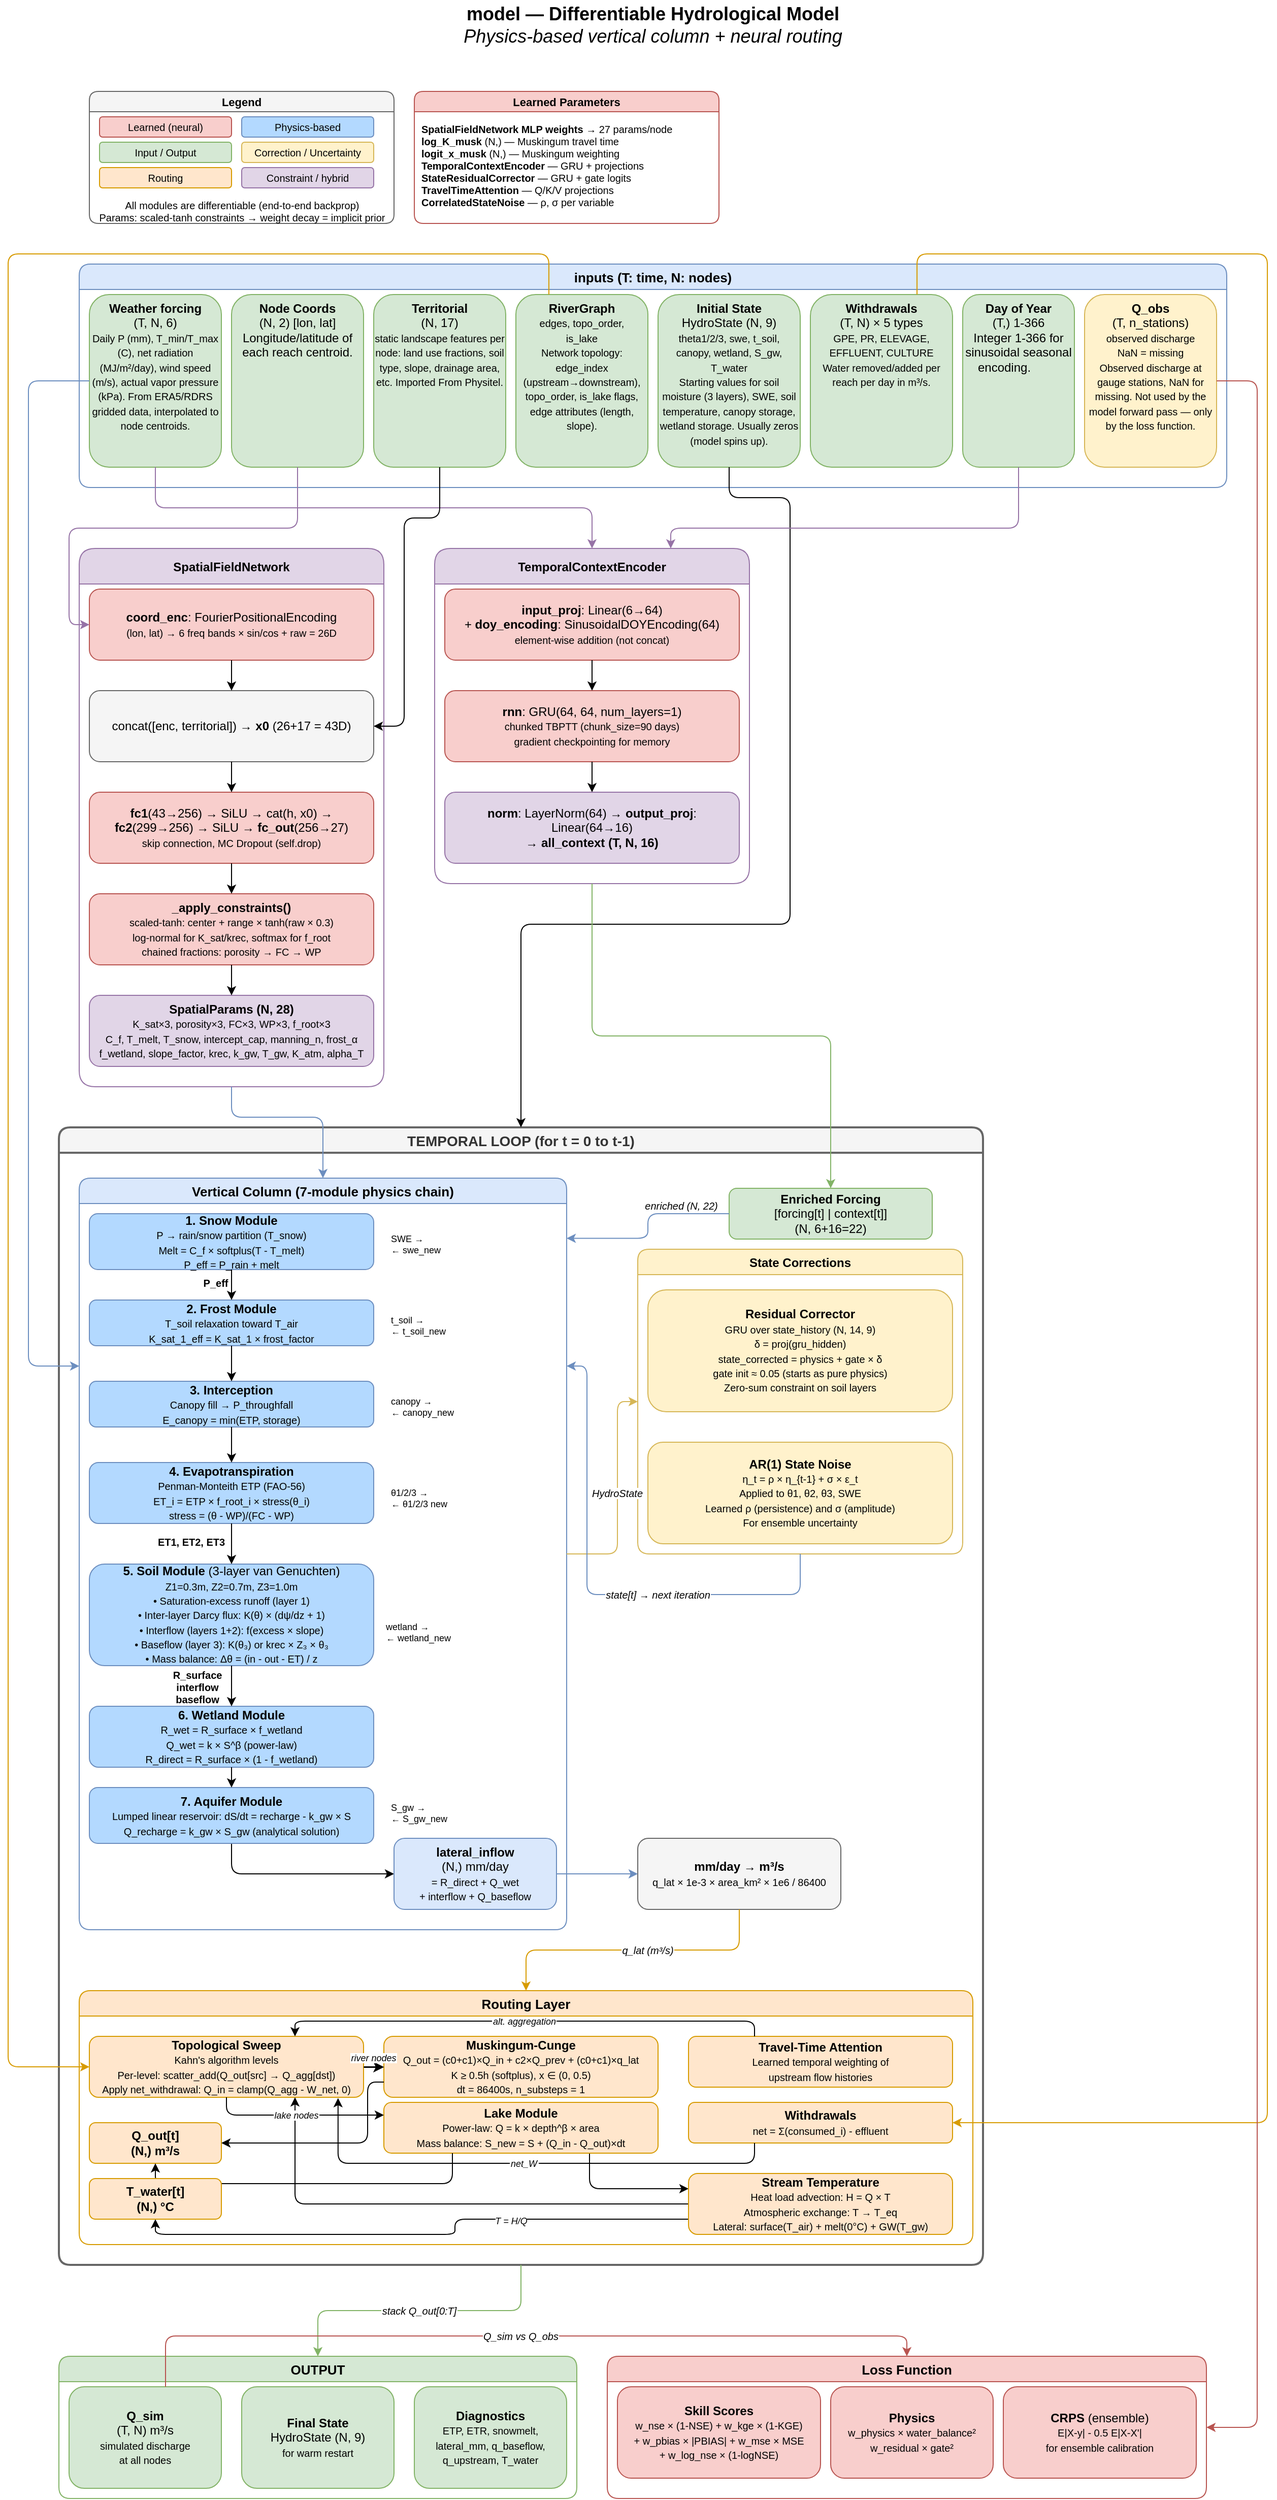
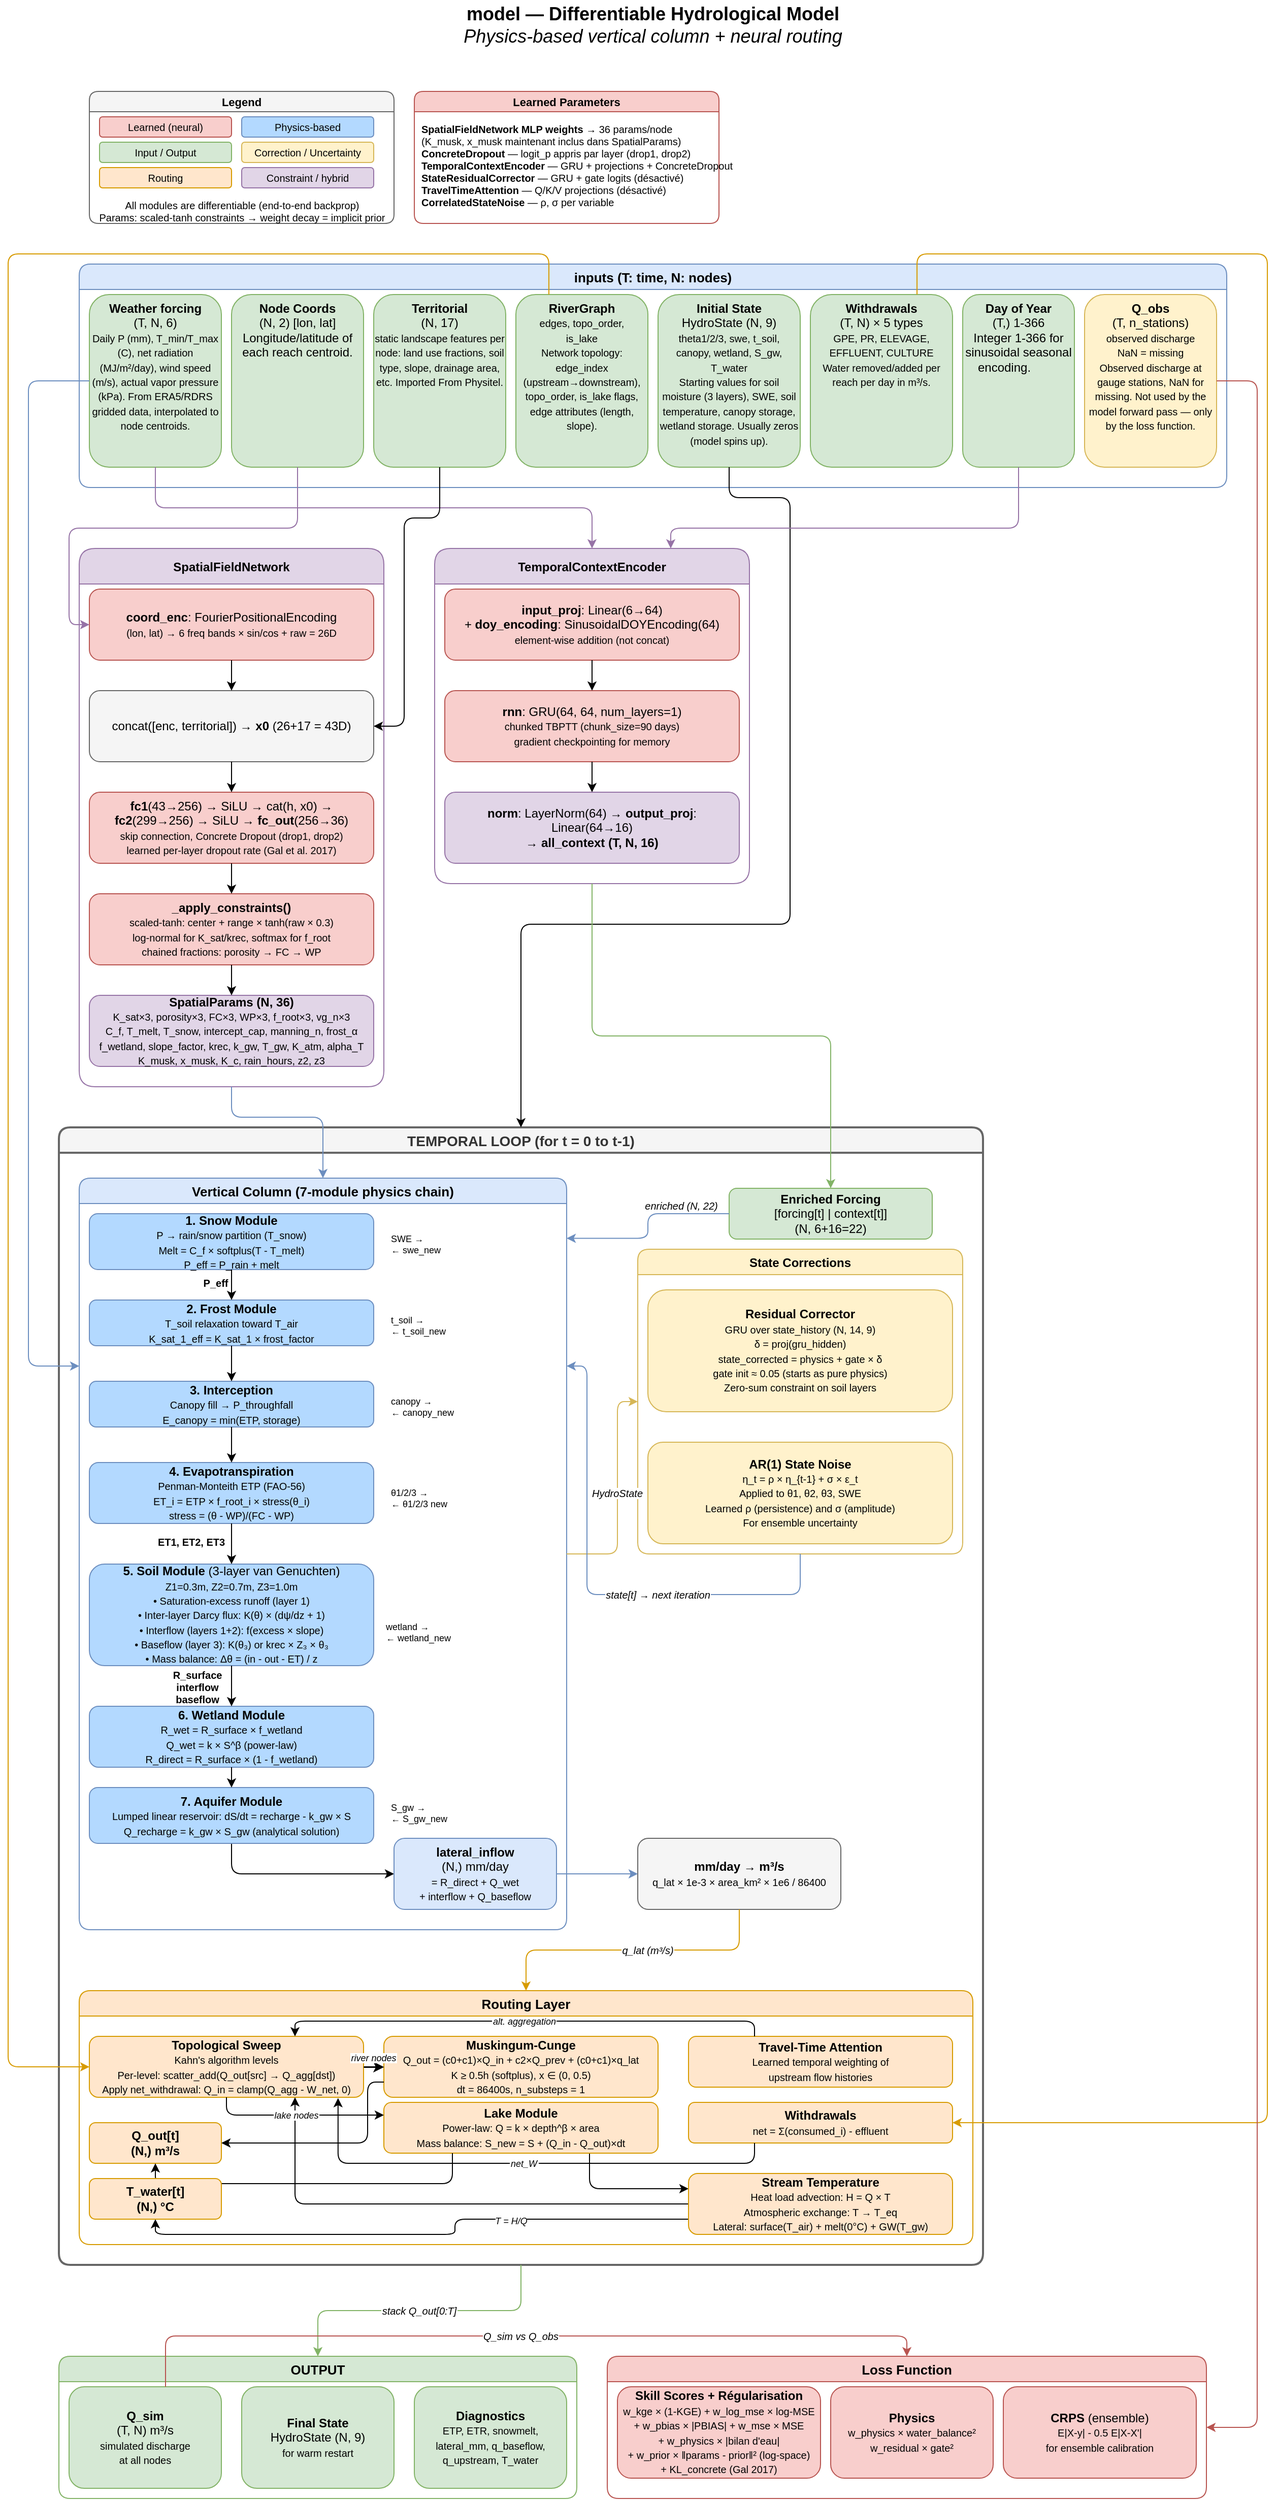
<mxfile host="Electron" agent="Mozilla/5.0 (Windows NT 10.0; Win64; x64) AppleWebKit/537.36 (KHTML, like Gecko) draw.io/24.4.13 Chrome/124.0.6367.207 Electron/30.0.6 Safari/537.36" modified="2026-03-18T14:20:23.398Z" version="24.4.13" etag="7R538Uy52WXj5OYSt-JN" type="device">
  <diagram name="HydroModel Architecture" id="model-arch">
    <mxGraphModel dx="1834" dy="1644" grid="0" gridSize="10" guides="1" tooltips="1" connect="1" arrows="1" fold="1" page="0" pageScale="1" pageWidth="3300" pageHeight="2400" math="0" shadow="0">
      <root>
        <mxCell id="0" />
        <mxCell id="1" parent="0" />
        <mxCell id="title" value="&lt;b&gt;model — Differentiable Hydrological Model&lt;/b&gt;&lt;br&gt;&lt;i&gt;Physics-based vertical column + neural routing&lt;/i&gt;" style="text;html=1;align=center;verticalAlign=middle;whiteSpace=wrap;fontSize=18;" parent="1" vertex="1">
          <mxGeometry x="315" y="-580" width="600" height="50" as="geometry" />
        </mxCell>
        <mxCell id="grp_inputs" value="inputs (T: time, N: nodes)" style="swimlane;startSize=25;fillColor=#dae8fc;strokeColor=#6c8ebf;rounded=1;fontSize=13;" parent="1" vertex="1">
          <mxGeometry x="50" y="-320" width="1130" height="220" as="geometry" />
        </mxCell>
        <mxCell id="in_forcing" value="&lt;b&gt;Weather forcing&lt;/b&gt;&lt;br&gt;(T, N, 6)&lt;br&gt;&lt;font size=&quot;1&quot;&gt;Daily P (mm), T_min/T_max (C), net radiation (MJ/m²/day), wind speed (m/s), actual vapor pressure (kPa). From ERA5/RDRS gridded data, interpolated to node centroids.&lt;/font&gt;" style="rounded=1;whiteSpace=wrap;html=1;fillColor=#d5e8d4;strokeColor=#82b366;verticalAlign=top;" parent="grp_inputs" vertex="1">
          <mxGeometry x="10" y="30" width="130" height="170" as="geometry" />
        </mxCell>
        <mxCell id="in_coords" value="&lt;b&gt;Node Coords&lt;/b&gt;&lt;br&gt;(N, 2) [lon, lat]&lt;br&gt;Longitude/latitude of each reach centroid." style="rounded=1;whiteSpace=wrap;html=1;fillColor=#d5e8d4;strokeColor=#82b366;verticalAlign=top;" parent="grp_inputs" vertex="1">
          <mxGeometry x="150" y="30" width="130" height="170" as="geometry" />
        </mxCell>
        <mxCell id="in_terr" value="&lt;b&gt;Territorial&lt;/b&gt;&lt;br&gt;(N, 17)&lt;br&gt;&lt;font size=&quot;1&quot;&gt;static landscape features&amp;nbsp;&lt;/font&gt;&lt;span style=&quot;font-size: x-small; background-color: transparent; color: light-dark(rgb(0, 0, 0), rgb(255, 255, 255));&quot;&gt;per node: land use fractions, soil type, slope, drainage area, etc. Imported From Physitel.&lt;/span&gt;" style="rounded=1;whiteSpace=wrap;html=1;fillColor=#d5e8d4;strokeColor=#82b366;verticalAlign=top;" parent="grp_inputs" vertex="1">
          <mxGeometry x="290" y="30" width="130" height="170" as="geometry" />
        </mxCell>
        <mxCell id="in_graph" value="&lt;b&gt;RiverGraph&lt;/b&gt;&lt;br&gt;&lt;font size=&quot;1&quot;&gt;edges, topo_order,&lt;br&gt;is_lake&lt;br&gt;Network topology: edge_index (upstream→downstream), topo_order, is_lake flags, edge attributes (length, slope).&lt;/font&gt;" style="rounded=1;whiteSpace=wrap;html=1;fillColor=#d5e8d4;strokeColor=#82b366;verticalAlign=top;" parent="grp_inputs" vertex="1">
          <mxGeometry x="430" y="30" width="130" height="170" as="geometry" />
        </mxCell>
        <mxCell id="in_state" value="&lt;b&gt;Initial State&lt;/b&gt;&lt;br&gt;HydroState (N, 9)&lt;br&gt;&lt;font size=&quot;1&quot;&gt;theta1/2/3, swe, t_soil,&lt;br&gt;canopy, wetland, S_gw, T_water&lt;br&gt;Starting values for soil moisture (3 layers), SWE, soil temperature, canopy storage, wetland storage. Usually zeros (model spins up).&lt;/font&gt;" style="rounded=1;whiteSpace=wrap;html=1;fillColor=#d5e8d4;strokeColor=#82b366;verticalAlign=top;" parent="grp_inputs" vertex="1">
          <mxGeometry x="570" y="30" width="140" height="170" as="geometry" />
        </mxCell>
        <mxCell id="in_withdraw" value="&lt;b&gt;Withdrawals&lt;/b&gt;&lt;br&gt;(T, N) × 5 types&lt;br&gt;&lt;font size=&quot;1&quot;&gt;GPE, PR, ELEVAGE,&lt;br&gt;EFFLUENT, CULTURE&lt;br&gt;Water removed/added per reach per day in m³/s.&lt;/font&gt;" style="rounded=1;whiteSpace=wrap;html=1;fillColor=#d5e8d4;strokeColor=#82b366;verticalAlign=top;" parent="grp_inputs" vertex="1">
          <mxGeometry x="720" y="30" width="140" height="170" as="geometry" />
        </mxCell>
        <mxCell id="in_doy" value="&lt;b&gt;Day of Year&lt;/b&gt;&lt;br&gt;(T,) 1-366&lt;br&gt;Integer 1-366 for sinusoidal seasonal encoding.&lt;span style=&quot;white-space:pre&quot;&gt;&#x9;&lt;/span&gt;" style="rounded=1;whiteSpace=wrap;html=1;fillColor=#d5e8d4;strokeColor=#82b366;verticalAlign=top;" parent="grp_inputs" vertex="1">
          <mxGeometry x="870" y="30" width="110" height="170" as="geometry" />
        </mxCell>
        <mxCell id="in_qobs" value="&lt;b&gt;Q_obs&lt;/b&gt;&lt;br&gt;(T, n_stations)&lt;br&gt;&lt;font size=&quot;1&quot;&gt;observed discharge&lt;br&gt;NaN = missing&lt;br&gt;Observed discharge at gauge stations, NaN for missing. Not used by the model forward pass — only by the loss function.&lt;/font&gt;" style="rounded=1;whiteSpace=wrap;html=1;fillColor=#fff2cc;strokeColor=#d6b656;verticalAlign=top;" parent="grp_inputs" vertex="1">
          <mxGeometry x="990" y="30" width="130" height="170" as="geometry" />
        </mxCell>
        <mxCell id="grp_spatial" value="SpatialFieldNetwork" style="swimlane;startSize=35;fillColor=#e1d5e7;strokeColor=#9673a6;rounded=1;fontSize=12;" parent="1" vertex="1">
          <mxGeometry x="50" y="-40" width="300" height="530" as="geometry" />
        </mxCell>
        <mxCell id="sp_fourier" value="&lt;b&gt;coord_enc&lt;/b&gt;: FourierPositionalEncoding&lt;br&gt;&lt;font size=&quot;1&quot;&gt;(lon, lat) → 6 freq bands × sin/cos + raw = 26D&lt;/font&gt;" style="rounded=1;whiteSpace=wrap;html=1;fillColor=#f8cecc;strokeColor=#b85450;" parent="grp_spatial" vertex="1">
          <mxGeometry x="10" y="40" width="280" height="70" as="geometry" />
        </mxCell>
        <mxCell id="sp_concat" value="concat([enc, territorial]) → &lt;b&gt;x0&lt;/b&gt; (26+17 = 43D)" style="rounded=1;whiteSpace=wrap;html=1;fillColor=#f5f5f5;strokeColor=#666666;" parent="grp_spatial" vertex="1">
          <mxGeometry x="10" y="140" width="280" height="70" as="geometry" />
        </mxCell>
-         <mxCell id="sp_output" value="&lt;b&gt;SpatialParams (N, 28)&lt;/b&gt;&lt;br&gt;&lt;font size=&quot;1&quot;&gt;K_sat×3, porosity×3, FC×3, WP×3, f_root×3&lt;br&gt;C_f, T_melt, T_snow, intercept_cap, manning_n, frost_α&lt;br&gt;f_wetland, slope_factor, krec, k_gw, T_gw, K_atm, alpha_T&lt;/font&gt;" style="rounded=1;whiteSpace=wrap;html=1;fillColor=#e1d5e7;strokeColor=#9673a6;fontStyle=0;" parent="grp_spatial" vertex="1">
+         <mxCell id="sp_output" value="&lt;b&gt;SpatialParams (N, 36)&lt;/b&gt;&lt;br&gt;&lt;font size=&quot;1&quot;&gt;K_sat×3, porosity×3, FC×3, WP×3, f_root×3, vg_n×3&lt;br&gt;C_f, T_melt, T_snow, intercept_cap, manning_n, frost_α&lt;br&gt;f_wetland, slope_factor, krec, k_gw, T_gw, K_atm, alpha_T&lt;br&gt;K_musk, x_musk, K_c, rain_hours, z2, z3&lt;/font&gt;" style="rounded=1;whiteSpace=wrap;html=1;fillColor=#e1d5e7;strokeColor=#9673a6;fontStyle=0;" parent="grp_spatial" vertex="1">
          <mxGeometry x="10" y="440" width="280" height="70" as="geometry" />
        </mxCell>
        <mxCell id="sp_constraints" value="&lt;b&gt;_apply_constraints()&lt;/b&gt;&lt;br&gt;&lt;font size=&quot;1&quot;&gt;scaled-tanh: center + range × tanh(raw × 0.3)&lt;br&gt;log-normal for K_sat/krec, softmax for f_root&lt;br&gt;chained fractions: porosity → FC → WP&lt;/font&gt;" style="rounded=1;whiteSpace=wrap;html=1;fillColor=#f8cecc;strokeColor=#b85450;" parent="grp_spatial" vertex="1">
          <mxGeometry x="10" y="340" width="280" height="70" as="geometry" />
        </mxCell>
-         <mxCell id="sp_mlp" value="&lt;b&gt;fc1&lt;/b&gt;(43→256) → SiLU → cat(h, x0) →&lt;br&gt;&lt;b&gt;fc2&lt;/b&gt;(299→256) → SiLU → &lt;b&gt;fc_out&lt;/b&gt;(256→27)&lt;br&gt;&lt;font size=&quot;1&quot;&gt;skip connection, MC Dropout (self.drop)&lt;/font&gt;" style="rounded=1;whiteSpace=wrap;html=1;fillColor=#f8cecc;strokeColor=#b85450;" parent="grp_spatial" vertex="1">
+         <mxCell id="sp_mlp" value="&lt;b&gt;fc1&lt;/b&gt;(43→256) → SiLU → cat(h, x0) →&lt;br&gt;&lt;b&gt;fc2&lt;/b&gt;(299→256) → SiLU → &lt;b&gt;fc_out&lt;/b&gt;(256→36)&lt;br&gt;&lt;font size=&quot;1&quot;&gt;skip connection, Concrete Dropout (drop1, drop2)&lt;br&gt;learned per-layer dropout rate (Gal et al. 2017)&lt;/font&gt;" style="rounded=1;whiteSpace=wrap;html=1;fillColor=#f8cecc;strokeColor=#b85450;" parent="grp_spatial" vertex="1">
          <mxGeometry x="10" y="240" width="280" height="70" as="geometry" />
        </mxCell>
        <mxCell id="spa1" style="edgeStyle=orthogonalEdgeStyle;strokeWidth=1;" parent="grp_spatial" source="sp_fourier" target="sp_concat" edge="1">
          <mxGeometry relative="1" as="geometry" />
        </mxCell>
        <mxCell id="spa2" style="edgeStyle=orthogonalEdgeStyle;strokeWidth=1;" parent="grp_spatial" source="sp_concat" target="sp_mlp" edge="1">
          <mxGeometry relative="1" as="geometry" />
        </mxCell>
        <mxCell id="spa3" style="edgeStyle=orthogonalEdgeStyle;strokeWidth=1;" parent="grp_spatial" source="sp_mlp" target="sp_constraints" edge="1">
          <mxGeometry relative="1" as="geometry" />
        </mxCell>
        <mxCell id="spa4" style="edgeStyle=orthogonalEdgeStyle;strokeWidth=1;" parent="grp_spatial" source="sp_constraints" target="sp_output" edge="1">
          <mxGeometry relative="1" as="geometry" />
        </mxCell>
        <mxCell id="grp_tce" value="TemporalContextEncoder" style="swimlane;startSize=35;fillColor=#e1d5e7;strokeColor=#9673a6;rounded=1;fontSize=12;" parent="1" vertex="1">
          <mxGeometry x="400" y="-40" width="310" height="330" as="geometry" />
        </mxCell>
        <mxCell id="tce_proj" value="&lt;b&gt;input_proj&lt;/b&gt;: Linear(6→64)&lt;br&gt;+ &lt;b&gt;doy_encoding&lt;/b&gt;: SinusoidalDOYEncoding(64)&lt;br&gt;&lt;font size=&quot;1&quot;&gt;element-wise addition (not concat)&lt;/font&gt;" style="rounded=1;whiteSpace=wrap;html=1;fillColor=#f8cecc;strokeColor=#b85450;" parent="grp_tce" vertex="1">
          <mxGeometry x="10" y="40" width="290" height="70" as="geometry" />
        </mxCell>
        <mxCell id="tce_gru" value="&lt;b&gt;rnn&lt;/b&gt;: GRU(64, 64, num_layers=1)&lt;br&gt;&lt;font size=&quot;1&quot;&gt;chunked TBPTT (chunk_size=90 days)&lt;br&gt;gradient checkpointing for memory&lt;/font&gt;" style="rounded=1;whiteSpace=wrap;html=1;fillColor=#f8cecc;strokeColor=#b85450;" parent="grp_tce" vertex="1">
          <mxGeometry x="10" y="140" width="290" height="70" as="geometry" />
        </mxCell>
        <mxCell id="tce_out" value="&lt;b&gt;norm&lt;/b&gt;: LayerNorm(64) → &lt;b&gt;output_proj&lt;/b&gt;: Linear(64→16)&lt;br&gt;→ &lt;b&gt;all_context (T, N, 16)&lt;/b&gt;" style="rounded=1;whiteSpace=wrap;html=1;fillColor=#e1d5e7;strokeColor=#9673a6;" parent="grp_tce" vertex="1">
          <mxGeometry x="10" y="240" width="290" height="70" as="geometry" />
        </mxCell>
        <mxCell id="tca1" style="edgeStyle=orthogonalEdgeStyle;strokeWidth=1;" parent="grp_tce" source="tce_proj" target="tce_gru" edge="1">
          <mxGeometry relative="1" as="geometry" />
        </mxCell>
        <mxCell id="tca2" style="edgeStyle=orthogonalEdgeStyle;strokeWidth=1;" parent="grp_tce" source="tce_gru" target="tce_out" edge="1">
          <mxGeometry relative="1" as="geometry" />
        </mxCell>
        <mxCell id="grp_temporal" value="TEMPORAL LOOP (for t = 0 to t-1)" style="swimlane;startSize=25;fillColor=#f5f5f5;strokeColor=#666666;strokeWidth=2;rounded=1;fontSize=14;fontColor=#333333;" parent="1" vertex="1">
          <mxGeometry x="30" y="530" width="910" height="1120" as="geometry" />
        </mxCell>
        <mxCell id="enrich" value="&lt;b&gt;Enriched Forcing&lt;/b&gt;&lt;br&gt;[forcing[t] | context[t]]&lt;br&gt;(N, 6+16=22)" style="rounded=1;whiteSpace=wrap;html=1;fillColor=#d5e8d4;strokeColor=#82b366;" parent="grp_temporal" vertex="1">
          <mxGeometry x="660" y="60" width="200" height="50" as="geometry" />
        </mxCell>
        <mxCell id="grp_vertical" value="Vertical Column (7-module physics chain)" style="swimlane;startSize=25;fillColor=#dae8fc;strokeColor=#6c8ebf;rounded=1;fontSize=13;" parent="grp_temporal" vertex="1">
          <mxGeometry x="20" y="50" width="480" height="740" as="geometry" />
        </mxCell>
        <mxCell id="v_snow" value="&lt;b&gt;1. Snow Module&lt;/b&gt;&lt;br&gt;&lt;font size=&quot;1&quot;&gt;P → rain/snow partition (T_snow)&lt;br&gt;Melt = C_f × softplus(T - T_melt)&lt;br&gt;P_eff = P_rain + melt&lt;/font&gt;" style="rounded=1;whiteSpace=wrap;html=1;fillColor=#b3d9ff;strokeColor=#6c8ebf;" parent="grp_vertical" vertex="1">
          <mxGeometry x="10" y="35" width="280" height="55" as="geometry" />
        </mxCell>
        <mxCell id="v_snow_io" value="SWE →&lt;br&gt;← swe_new" style="text;html=1;fontSize=9;align=left;" parent="grp_vertical" vertex="1">
          <mxGeometry x="305" y="47.5" width="80" height="30" as="geometry" />
        </mxCell>
        <mxCell id="v_snow_out" value="&lt;b&gt;P_eff&lt;/b&gt;" style="text;html=1;fontSize=10;fontStyle=1;align=center;verticalAlign=middle;" parent="grp_vertical" vertex="1">
          <mxGeometry x="104" y="95" width="60" height="15" as="geometry" />
        </mxCell>
        <mxCell id="v_frost" value="&lt;b&gt;2. Frost Module&lt;/b&gt;&lt;br&gt;&lt;font size=&quot;1&quot;&gt;T_soil relaxation toward T_air&lt;br&gt;K_sat_1_eff = K_sat_1 × frost_factor&lt;/font&gt;" style="rounded=1;whiteSpace=wrap;html=1;fillColor=#b3d9ff;strokeColor=#6c8ebf;" parent="grp_vertical" vertex="1">
          <mxGeometry x="10" y="120" width="280" height="45" as="geometry" />
        </mxCell>
        <mxCell id="v_frost_io" value="t_soil →&lt;br&gt;← t_soil_new" style="text;html=1;fontSize=9;align=left;" parent="grp_vertical" vertex="1">
          <mxGeometry x="305" y="127.5" width="80" height="30" as="geometry" />
        </mxCell>
        <mxCell id="v_intercept" value="&lt;b&gt;3. Interception&lt;/b&gt;&lt;br&gt;&lt;font size=&quot;1&quot;&gt;Canopy fill → P_throughfall&lt;br&gt;E_canopy = min(ETP, storage)&lt;/font&gt;" style="rounded=1;whiteSpace=wrap;html=1;fillColor=#b3d9ff;strokeColor=#6c8ebf;" parent="grp_vertical" vertex="1">
          <mxGeometry x="10" y="200" width="280" height="45" as="geometry" />
        </mxCell>
        <mxCell id="v_int_io" value="canopy →&lt;br&gt;← canopy_new" style="text;html=1;fontSize=9;align=left;" parent="grp_vertical" vertex="1">
          <mxGeometry x="305" y="207.5" width="90" height="30" as="geometry" />
        </mxCell>
        <mxCell id="v_et" value="&lt;b&gt;4. Evapotranspiration&lt;/b&gt;&lt;br&gt;&lt;font size=&quot;1&quot;&gt;Penman-Monteith ETP (FAO-56)&lt;br&gt;ET_i = ETP × f_root_i × stress(θ_i)&lt;br&gt;stress = (θ - WP)/(FC - WP)&lt;/font&gt;" style="rounded=1;whiteSpace=wrap;html=1;fillColor=#b3d9ff;strokeColor=#6c8ebf;" parent="grp_vertical" vertex="1">
          <mxGeometry x="10" y="280" width="280" height="60" as="geometry" />
        </mxCell>
        <mxCell id="v_et_out" value="&lt;b&gt;ET1, ET2, ET3&lt;/b&gt;" style="text;html=1;fontSize=10;fontStyle=1;align=center;verticalAlign=middle;" parent="grp_vertical" vertex="1">
          <mxGeometry x="60" y="350" width="100" height="15" as="geometry" />
        </mxCell>
        <mxCell id="v_soil" value="&lt;b&gt;5. Soil Module&lt;/b&gt; (3-layer van Genuchten)&lt;br&gt;&lt;font size=&quot;1&quot;&gt;Z1=0.3m, Z2=0.7m, Z3=1.0m&lt;br&gt;• Saturation-excess runoff (layer 1)&lt;br&gt;• Inter-layer Darcy flux: K(θ) × (dψ/dz + 1)&lt;br&gt;• Interflow (layers 1+2): f(excess × slope)&lt;br&gt;• Baseflow (layer 3): K(θ₃) or krec × Z₃ × θ₃&lt;br&gt;• Mass balance: Δθ = (in - out - ET) / z&lt;/font&gt;" style="rounded=1;whiteSpace=wrap;html=1;fillColor=#b3d9ff;strokeColor=#6c8ebf;" parent="grp_vertical" vertex="1">
          <mxGeometry x="10" y="380" width="280" height="100" as="geometry" />
        </mxCell>
        <mxCell id="v_soil_io" value="θ1/2/3 →&lt;br&gt;← θ1/2/3 new" style="text;html=1;fontSize=9;align=left;" parent="grp_vertical" vertex="1">
          <mxGeometry x="305" y="298" width="80" height="30" as="geometry" />
        </mxCell>
        <mxCell id="v_soil_out" value="&lt;b&gt;R_surface&lt;br&gt;interflow&lt;br&gt;baseflow&lt;/b&gt;" style="text;html=1;fontSize=10;fontStyle=1;align=center;" parent="grp_vertical" vertex="1">
          <mxGeometry x="76" y="477" width="80" height="40" as="geometry" />
        </mxCell>
        <mxCell id="v_wetland" value="&lt;b&gt;6. Wetland Module&lt;/b&gt;&lt;br&gt;&lt;font size=&quot;1&quot;&gt;R_wet = R_surface × f_wetland&lt;br&gt;Q_wet = k × S^β (power-law)&lt;br&gt;R_direct = R_surface × (1 - f_wetland)&lt;/font&gt;" style="rounded=1;whiteSpace=wrap;html=1;fillColor=#b3d9ff;strokeColor=#6c8ebf;" parent="grp_vertical" vertex="1">
          <mxGeometry x="10" y="520" width="280" height="60" as="geometry" />
        </mxCell>
        <mxCell id="v_wet_io" value="wetland →&lt;br&gt;← wetland_new" style="text;html=1;fontSize=9;align=left;" parent="grp_vertical" vertex="1">
          <mxGeometry x="300" y="430" width="90" height="30" as="geometry" />
        </mxCell>
        <mxCell id="FtdpPyqYreaSlpyzp5ir-1" style="edgeStyle=orthogonalEdgeStyle;rounded=1;orthogonalLoop=1;jettySize=auto;html=1;exitX=0.5;exitY=1;exitDx=0;exitDy=0;entryX=0;entryY=0.5;entryDx=0;entryDy=0;curved=0;" parent="grp_vertical" source="v_aquifer" target="v_wet_out" edge="1">
          <mxGeometry relative="1" as="geometry" />
        </mxCell>
        <mxCell id="v_aquifer" value="&lt;b&gt;7. Aquifer Module&lt;/b&gt;&lt;br&gt;&lt;font size=&quot;1&quot;&gt;Lumped linear reservoir: dS/dt = recharge - k_gw × S&lt;br&gt;Q_recharge = k_gw × S_gw (analytical solution)&lt;/font&gt;" style="rounded=1;whiteSpace=wrap;html=1;fillColor=#b3d9ff;strokeColor=#6c8ebf;" parent="grp_vertical" vertex="1">
          <mxGeometry x="10" y="600" width="280" height="55" as="geometry" />
        </mxCell>
        <mxCell id="v_aq_io" value="S_gw →&lt;br&gt;← S_gw_new" style="text;html=1;fontSize=9;align=left;" parent="grp_vertical" vertex="1">
          <mxGeometry x="305" y="608" width="80" height="30" as="geometry" />
        </mxCell>
        <mxCell id="va6" style="edgeStyle=orthogonalEdgeStyle;strokeWidth=1;" parent="grp_vertical" source="v_wetland" target="v_aquifer" edge="1">
          <mxGeometry relative="1" as="geometry" />
        </mxCell>
        <mxCell id="v_wet_out" value="&lt;b&gt;lateral_inflow&lt;/b&gt;&lt;br&gt;(N,) mm/day&lt;br&gt;&lt;font size=&quot;1&quot;&gt;= R_direct + Q_wet&lt;br&gt;+ interflow + Q_baseflow&lt;/font&gt;" style="rounded=1;whiteSpace=wrap;html=1;fillColor=#dae8fc;strokeColor=#6c8ebf;fontStyle=0;" parent="grp_vertical" vertex="1">
          <mxGeometry x="310" y="650" width="160" height="70" as="geometry" />
        </mxCell>
        <mxCell id="va1" style="edgeStyle=orthogonalEdgeStyle;strokeWidth=1;" parent="grp_vertical" source="v_snow" target="v_frost" edge="1">
          <mxGeometry relative="1" as="geometry" />
        </mxCell>
        <mxCell id="va2" style="edgeStyle=orthogonalEdgeStyle;strokeWidth=1;" parent="grp_vertical" source="v_frost" target="v_intercept" edge="1">
          <mxGeometry relative="1" as="geometry" />
        </mxCell>
        <mxCell id="va3" style="edgeStyle=orthogonalEdgeStyle;strokeWidth=1;" parent="grp_vertical" source="v_intercept" target="v_et" edge="1">
          <mxGeometry relative="1" as="geometry" />
        </mxCell>
        <mxCell id="va4" style="edgeStyle=orthogonalEdgeStyle;strokeWidth=1;" parent="grp_vertical" source="v_et" target="v_soil" edge="1">
          <mxGeometry relative="1" as="geometry" />
        </mxCell>
        <mxCell id="va5" style="edgeStyle=orthogonalEdgeStyle;strokeWidth=1;" parent="grp_vertical" source="v_soil" target="v_wetland" edge="1">
          <mxGeometry relative="1" as="geometry" />
        </mxCell>
        <mxCell id="grp_corrections" value="State Corrections" style="swimlane;startSize=25;fillColor=#fff2cc;strokeColor=#d6b656;rounded=1;fontSize=12;" parent="grp_temporal" vertex="1">
          <mxGeometry x="570" y="120" width="320" height="300" as="geometry" />
        </mxCell>
        <mxCell id="residual" value="&lt;b&gt;Residual Corrector&lt;/b&gt;&lt;br&gt;&lt;font size=&quot;1&quot;&gt;GRU over state_history (N, 14, 9)&lt;br&gt;δ = proj(gru_hidden)&lt;br&gt;state_corrected = physics + gate × δ&lt;br&gt;gate init ≈ 0.05 (starts as pure physics)&lt;br&gt;Zero-sum constraint on soil layers&lt;/font&gt;" style="rounded=1;whiteSpace=wrap;html=1;fillColor=#fff2cc;strokeColor=#d6b656;" parent="grp_corrections" vertex="1">
          <mxGeometry x="10" y="40" width="300" height="120" as="geometry" />
        </mxCell>
        <mxCell id="noise" value="&lt;b&gt;AR(1) State Noise&lt;/b&gt;&lt;br&gt;&lt;font size=&quot;1&quot;&gt;η_t = ρ × η_{t-1} + σ × ε_t&lt;br&gt;Applied to θ1, θ2, θ3, SWE&lt;br&gt;Learned ρ (persistence) and σ (amplitude)&lt;br&gt;For ensemble uncertainty&lt;/font&gt;" style="rounded=1;whiteSpace=wrap;html=1;fillColor=#fff2cc;strokeColor=#d6b656;" parent="grp_corrections" vertex="1">
          <mxGeometry x="10" y="190" width="300" height="100" as="geometry" />
        </mxCell>
        <mxCell id="arr_vc" value="HydroState" style="edgeStyle=orthogonalEdgeStyle;curved=0;strokeWidth=1;strokeColor=#d6b656;fontStyle=2;fontSize=10;rounded=1;fillColor=#fff2cc;" parent="grp_temporal" source="grp_vertical" target="grp_corrections" edge="1">
          <mxGeometry relative="1" as="geometry">
            <Array as="points">
              <mxPoint x="550" y="420" />
              <mxPoint x="550" y="270" />
            </Array>
          </mxGeometry>
        </mxCell>
        <mxCell id="convert" value="&lt;b&gt;mm/day → m³/s&lt;/b&gt;&lt;br&gt;&lt;font size=&quot;1&quot;&gt;q_lat × 1e-3 × area_km² × 1e6 / 86400&lt;/font&gt;" style="rounded=1;whiteSpace=wrap;html=1;fillColor=#f5f5f5;strokeColor=#666666;" parent="grp_temporal" vertex="1">
          <mxGeometry x="570" y="700" width="200" height="70" as="geometry" />
        </mxCell>
        <mxCell id="arr_lat_conv" style="edgeStyle=orthogonalEdgeStyle;curved=1;strokeWidth=1;strokeColor=#6c8ebf;" parent="grp_temporal" source="v_wet_out" target="convert" edge="1">
          <mxGeometry relative="1" as="geometry" />
        </mxCell>
        <mxCell id="grp_routing" value="Routing Layer" style="swimlane;startSize=25;fillColor=#ffe6cc;strokeColor=#d79b00;rounded=1;fontSize=13;" parent="grp_temporal" vertex="1">
          <mxGeometry x="20" y="850" width="880" height="250" as="geometry" />
        </mxCell>
        <mxCell id="r_topo" value="&lt;b&gt;Topological Sweep&lt;/b&gt;&lt;br&gt;&lt;font size=&quot;1&quot;&gt;Kahn&#39;s algorithm levels&lt;br&gt;Per-level: scatter_add(Q_out[src] → Q_agg[dst])&lt;br&gt;Apply net_withdrawal: Q_in = clamp(Q_agg - W_net, 0)&lt;/font&gt;" style="rounded=1;whiteSpace=wrap;html=1;fillColor=#ffe6cc;strokeColor=#d79b00;" parent="grp_routing" vertex="1">
          <mxGeometry x="10" y="45" width="270" height="60" as="geometry" />
        </mxCell>
        <mxCell id="r_musk" value="&lt;b&gt;Muskingum-Cunge&lt;/b&gt;&lt;br&gt;&lt;font size=&quot;1&quot;&gt;Q_out = (c0+c1)×Q_in + c2×Q_prev + (c0+c1)×q_lat&lt;br&gt;K ≥ 0.5h (softplus), x ∈ (0, 0.5)&lt;br&gt;dt = 86400s, n_substeps = 1&lt;/font&gt;" style="rounded=1;whiteSpace=wrap;html=1;fillColor=#ffe6cc;strokeColor=#d79b00;" parent="grp_routing" vertex="1">
          <mxGeometry x="300" y="45" width="270" height="60" as="geometry" />
        </mxCell>
        <mxCell id="7Cas0O6MVhgDN1_rKOWy-2" style="edgeStyle=orthogonalEdgeStyle;rounded=1;orthogonalLoop=1;jettySize=auto;html=1;exitX=0.75;exitY=1;exitDx=0;exitDy=0;entryX=0;entryY=0.25;entryDx=0;entryDy=0;curved=0;" edge="1" parent="grp_routing" source="r_lake" target="r_temp">
          <mxGeometry relative="1" as="geometry" />
        </mxCell>
        <mxCell id="r_lake" value="&lt;b&gt;Lake Module&lt;/b&gt;&lt;br&gt;&lt;font size=&quot;1&quot;&gt;Power-law: Q = k × depth^β × area&lt;br&gt;Mass balance: S_new = S + (Q_in - Q_out)×dt&lt;/font&gt;" style="rounded=1;whiteSpace=wrap;html=1;fillColor=#ffe6cc;strokeColor=#d79b00;" parent="grp_routing" vertex="1">
          <mxGeometry x="300" y="110" width="270" height="50" as="geometry" />
        </mxCell>
        <mxCell id="r_tta" value="&lt;b&gt;Travel-Time Attention&lt;/b&gt;&lt;br&gt;&lt;font size=&quot;1&quot;&gt;Learned temporal weighting of&lt;br&gt;upstream flow histories&lt;/font&gt;" style="rounded=1;whiteSpace=wrap;html=1;fillColor=#ffe6cc;strokeColor=#d79b00;" parent="grp_routing" vertex="1">
          <mxGeometry x="600" y="45" width="260" height="50" as="geometry" />
        </mxCell>
        <mxCell id="r_withdraw" value="&lt;b&gt;Withdrawals&lt;/b&gt;&lt;br&gt;&lt;font size=&quot;1&quot;&gt;net = Σ(consumed_i) - effluent&lt;/font&gt;" style="rounded=1;whiteSpace=wrap;html=1;fillColor=#ffe6cc;strokeColor=#d79b00;" parent="grp_routing" vertex="1">
          <mxGeometry x="600" y="110" width="260" height="40" as="geometry" />
        </mxCell>
        <mxCell id="7Cas0O6MVhgDN1_rKOWy-1" style="edgeStyle=orthogonalEdgeStyle;rounded=1;orthogonalLoop=1;jettySize=auto;html=1;exitX=0;exitY=0.5;exitDx=0;exitDy=0;entryX=0.75;entryY=1;entryDx=0;entryDy=0;curved=0;" edge="1" parent="grp_routing" source="r_temp" target="r_topo">
          <mxGeometry relative="1" as="geometry" />
        </mxCell>
        <mxCell id="7Cas0O6MVhgDN1_rKOWy-4" style="edgeStyle=orthogonalEdgeStyle;rounded=1;orthogonalLoop=1;jettySize=auto;html=1;exitX=0;exitY=0.75;exitDx=0;exitDy=0;entryX=0.5;entryY=1;entryDx=0;entryDy=0;curved=0;" edge="1" parent="grp_routing" source="r_temp" target="r_twater_out">
          <mxGeometry relative="1" as="geometry">
            <Array as="points">
              <mxPoint x="370" y="225" />
              <mxPoint x="370" y="240" />
              <mxPoint x="75" y="240" />
            </Array>
          </mxGeometry>
        </mxCell>
        <mxCell id="7Cas0O6MVhgDN1_rKOWy-5" value="&lt;span style=&quot;font-size: 9px; font-style: italic;&quot;&gt;T = H/Q&lt;/span&gt;" style="edgeLabel;html=1;align=center;verticalAlign=middle;resizable=0;points=[];" vertex="1" connectable="0" parent="7Cas0O6MVhgDN1_rKOWy-4">
          <mxGeometry x="-0.3699" y="1" relative="1" as="geometry">
            <mxPoint as="offset" />
          </mxGeometry>
        </mxCell>
        <mxCell id="r_temp" value="&lt;b&gt;Stream Temperature&lt;/b&gt;&lt;br&gt;&lt;font size=&quot;1&quot;&gt;Heat load advection: H = Q × T&lt;br&gt;Atmospheric exchange: T → T_eq&lt;br&gt;Lateral: surface(T_air) + melt(0°C) + GW(T_gw)&lt;/font&gt;" style="rounded=1;whiteSpace=wrap;html=1;fillColor=#ffe6cc;strokeColor=#d79b00;" parent="grp_routing" vertex="1">
          <mxGeometry x="600" y="180" width="260" height="60" as="geometry" />
        </mxCell>
        <mxCell id="r_qout" value="&lt;b&gt;Q_out[t]&lt;/b&gt;&lt;br&gt;(N,) m³/s" style="rounded=1;whiteSpace=wrap;html=1;fillColor=#ffe6cc;strokeColor=#d79b00;fontStyle=1;" parent="grp_routing" vertex="1">
          <mxGeometry x="10" y="130" width="130" height="40" as="geometry" />
        </mxCell>
        <mxCell id="ra1" value="river nodes" style="edgeStyle=orthogonalEdgeStyle;strokeWidth=1.5;fontStyle=2;fontSize=9;" parent="grp_routing" source="r_topo" target="r_musk" edge="1">
          <mxGeometry y="9" relative="1" as="geometry">
            <mxPoint as="offset" />
          </mxGeometry>
        </mxCell>
        <mxCell id="ra2" style="edgeStyle=orthogonalEdgeStyle;strokeWidth=1;entryX=1;entryY=0.5;entryDx=0;entryDy=0;exitX=0;exitY=0.75;exitDx=0;exitDy=0;" parent="grp_routing" source="r_musk" target="r_qout" edge="1">
          <mxGeometry relative="1" as="geometry">
            <Array as="points">
              <mxPoint x="284" y="90" />
              <mxPoint x="284" y="150" />
            </Array>
          </mxGeometry>
        </mxCell>
        <mxCell id="ra3" value="lake nodes" style="edgeStyle=orthogonalEdgeStyle;strokeWidth=1;fontStyle=2;fontSize=9;exitX=0.5;exitY=1;exitDx=0;exitDy=0;entryX=0;entryY=0.25;entryDx=0;entryDy=0;" parent="grp_routing" source="r_topo" target="r_lake" edge="1">
          <mxGeometry relative="1" as="geometry" />
        </mxCell>
        <mxCell id="ra4" style="edgeStyle=orthogonalEdgeStyle;strokeWidth=1;exitX=0.25;exitY=1;exitDx=0;exitDy=0;entryX=0.5;entryY=1;entryDx=0;entryDy=0;" parent="grp_routing" source="r_lake" target="r_qout" edge="1">
          <mxGeometry relative="1" as="geometry">
            <Array as="points">
              <mxPoint x="368" y="190" />
              <mxPoint x="75" y="190" />
            </Array>
          </mxGeometry>
        </mxCell>
        <mxCell id="ra5" value="net_W" style="edgeStyle=orthogonalEdgeStyle;strokeWidth=1;fontStyle=2;fontSize=9;exitX=0.25;exitY=1;exitDx=0;exitDy=0;entryX=0.907;entryY=1.013;entryDx=0;entryDy=0;entryPerimeter=0;" parent="grp_routing" source="r_withdraw" target="r_topo" edge="1">
          <mxGeometry relative="1" as="geometry">
            <Array as="points">
              <mxPoint x="665" y="170" />
              <mxPoint x="255" y="170" />
            </Array>
          </mxGeometry>
        </mxCell>
        <mxCell id="ra6" value="alt. aggregation" style="edgeStyle=orthogonalEdgeStyle;strokeWidth=1;fontStyle=2;fontSize=9;exitX=0.25;exitY=0;exitDx=0;exitDy=0;entryX=0.75;entryY=0;entryDx=0;entryDy=0;" parent="grp_routing" source="r_tta" target="r_topo" edge="1">
          <mxGeometry relative="1" as="geometry">
            <Array as="points">
              <mxPoint x="665" y="30" />
              <mxPoint x="213" y="30" />
            </Array>
          </mxGeometry>
        </mxCell>
        <mxCell id="r_twater_out" value="&lt;b&gt;T_water[t]&lt;/b&gt;&lt;br&gt;(N,) °C" style="rounded=1;whiteSpace=wrap;html=1;fillColor=#ffe6cc;strokeColor=#d79b00;fontStyle=1;" parent="grp_routing" vertex="1">
          <mxGeometry x="10" y="185" width="130" height="40" as="geometry" />
        </mxCell>
        <mxCell id="arr_conv_route" value="q_lat (m³/s)" style="edgeStyle=orthogonalEdgeStyle;curved=0;strokeWidth=1;strokeColor=#d79b00;fontStyle=2;fontSize=10;rounded=1;" parent="grp_temporal" source="convert" target="grp_routing" edge="1">
          <mxGeometry x="-0.1034" relative="1" as="geometry">
            <mxPoint as="offset" />
          </mxGeometry>
        </mxCell>
        <mxCell id="arr_enrich_vc" value="enriched (N, 22)" style="edgeStyle=orthogonalEdgeStyle;curved=0;strokeWidth=1;strokeColor=#6c8ebf;fontStyle=2;fontSize=10;entryX=1;entryY=0.08;entryDx=0;entryDy=0;exitX=0;exitY=0.5;exitDx=0;exitDy=0;rounded=1;fillColor=#dae8fc;verticalAlign=middle;" parent="grp_temporal" source="enrich" target="grp_vertical" edge="1">
          <mxGeometry x="-0.4897" y="-8" relative="1" as="geometry">
            <mxPoint as="offset" />
          </mxGeometry>
        </mxCell>
        <mxCell id="arr_corrections_feedback" value="state[t] → next iteration" style="edgeStyle=orthogonalEdgeStyle;curved=0;strokeWidth=1;strokeColor=#6c8ebf;fontStyle=2;fontSize=10;exitX=0.5;exitY=1;exitDx=0;exitDy=0;entryX=1;entryY=0.25;entryDx=0;entryDy=0;rounded=1;fillColor=#dae8fc;" parent="grp_temporal" source="grp_corrections" target="grp_vertical" edge="1">
          <mxGeometry x="-0.2727" relative="1" as="geometry">
            <Array as="points">
              <mxPoint x="730" y="460" />
              <mxPoint x="520" y="460" />
              <mxPoint x="520" y="235" />
            </Array>
            <mxPoint as="offset" />
          </mxGeometry>
        </mxCell>
        <mxCell id="grp_output" value="OUTPUT" style="swimlane;startSize=25;fillColor=#d5e8d4;strokeColor=#82b366;rounded=1;fontSize=13;" parent="1" vertex="1">
          <mxGeometry x="30" y="1740" width="510" height="140" as="geometry" />
        </mxCell>
        <mxCell id="out_qsim" value="&lt;b&gt;Q_sim&lt;/b&gt;&lt;br&gt;(T, N) m³/s&lt;br&gt;&lt;font size=&quot;1&quot;&gt;simulated discharge&lt;br&gt;at all nodes&lt;/font&gt;" style="rounded=1;whiteSpace=wrap;html=1;fillColor=#d5e8d4;strokeColor=#82b366;" parent="grp_output" vertex="1">
          <mxGeometry x="10" y="30" width="150" height="100" as="geometry" />
        </mxCell>
        <mxCell id="out_state" value="&lt;b&gt;Final State&lt;/b&gt;&lt;br&gt;HydroState (N, 9)&lt;br&gt;&lt;font size=&quot;1&quot;&gt;for warm restart&lt;/font&gt;" style="rounded=1;whiteSpace=wrap;html=1;fillColor=#d5e8d4;strokeColor=#82b366;" parent="grp_output" vertex="1">
          <mxGeometry x="180" y="30" width="150" height="100" as="geometry" />
        </mxCell>
        <mxCell id="out_diag" value="&lt;b&gt;Diagnostics&lt;/b&gt;&lt;br&gt;&lt;font size=&quot;1&quot;&gt;ETP, ETR, snowmelt,&lt;br&gt;lateral_mm, q_baseflow,&lt;br&gt;q_upstream, T_water&lt;/font&gt;" style="rounded=1;whiteSpace=wrap;html=1;fillColor=#d5e8d4;strokeColor=#82b366;" parent="grp_output" vertex="1">
          <mxGeometry x="350" y="30" width="150" height="100" as="geometry" />
        </mxCell>
        <mxCell id="arr_loop_out" value="stack Q_out[0:T]" style="edgeStyle=orthogonalEdgeStyle;curved=0;strokeWidth=1;strokeColor=#82b366;fontStyle=2;fontSize=10;exitX=0.5;exitY=1;exitDx=0;exitDy=0;rounded=1;" parent="1" source="grp_temporal" target="grp_output" edge="1">
          <mxGeometry relative="1" as="geometry">
            <mxPoint x="525" y="1590" as="sourcePoint" />
          </mxGeometry>
        </mxCell>
        <mxCell id="grp_loss" value="Loss Function" style="swimlane;startSize=25;fillColor=#f8cecc;strokeColor=#b85450;rounded=1;fontSize=13;" parent="1" vertex="1">
          <mxGeometry x="570" y="1740" width="590" height="140" as="geometry" />
        </mxCell>
-         <mxCell id="loss_skill" value="&lt;b&gt;Skill Scores&lt;/b&gt;&lt;br&gt;&lt;font size=&quot;1&quot;&gt;w_nse × (1-NSE) + w_kge × (1-KGE)&lt;br&gt;+ w_pbias × |PBIAS| + w_mse × MSE&lt;br&gt;+ w_log_nse × (1-logNSE)&lt;/font&gt;" style="rounded=1;whiteSpace=wrap;html=1;fillColor=#f8cecc;strokeColor=#b85450;" parent="grp_loss" vertex="1">
+         <mxCell id="loss_skill" value="&lt;b&gt;Skill Scores + Régularisation&lt;/b&gt;&lt;br&gt;&lt;font size=&quot;1&quot;&gt;w_kge × (1-KGE) + w_log_mse × log-MSE&lt;br&gt;+ w_pbias × |PBIAS| + w_mse × MSE&lt;br&gt;+ w_physics × |bilan d'eau|&lt;br&gt;+ w_prior × ‖params - prior‖² (log-space)&lt;br&gt;+ KL_concrete (Gal 2017)&lt;/font&gt;" style="rounded=1;whiteSpace=wrap;html=1;fillColor=#f8cecc;strokeColor=#b85450;" parent="grp_loss" vertex="1">
          <mxGeometry x="10" y="30" width="200" height="90" as="geometry" />
        </mxCell>
        <mxCell id="loss_phys" value="&lt;b&gt;Physics&lt;/b&gt;&lt;br&gt;&lt;font size=&quot;1&quot;&gt;w_physics × water_balance²&lt;br&gt;w_residual × gate²&lt;/font&gt;" style="rounded=1;whiteSpace=wrap;html=1;fillColor=#f8cecc;strokeColor=#b85450;" parent="grp_loss" vertex="1">
          <mxGeometry x="220" y="30" width="160" height="90" as="geometry" />
        </mxCell>
        <mxCell id="loss_crps" value="&lt;b&gt;CRPS&lt;/b&gt; (ensemble)&lt;br&gt;&lt;font size=&quot;1&quot;&gt;E|X-y| - 0.5 E|X-X&#39;|&lt;br&gt;for ensemble calibration&lt;/font&gt;" style="rounded=1;whiteSpace=wrap;html=1;fillColor=#f8cecc;strokeColor=#b85450;" parent="grp_loss" vertex="1">
          <mxGeometry x="390" y="30" width="190" height="90" as="geometry" />
        </mxCell>
        <mxCell id="arr_qsim_loss" value="Q_sim vs Q_obs" style="edgeStyle=orthogonalEdgeStyle;curved=0;strokeWidth=1;strokeColor=#b85450;fontStyle=2;fontSize=10;rounded=1;" parent="1" source="out_qsim" target="grp_loss" edge="1">
          <mxGeometry relative="1" as="geometry">
            <Array as="points">
              <mxPoint x="135" y="1720" />
              <mxPoint x="865" y="1720" />
            </Array>
          </mxGeometry>
        </mxCell>
        <mxCell id="legend" value="Legend" style="swimlane;startSize=20;fillColor=#f5f5f5;strokeColor=#666666;rounded=1;fontSize=11;" parent="1" vertex="1">
          <mxGeometry x="60" y="-490" width="300" height="130" as="geometry" />
        </mxCell>
        <mxCell id="leg1" value="Learned (neural)" style="rounded=1;whiteSpace=wrap;html=1;fillColor=#f8cecc;strokeColor=#b85450;fontSize=10;" parent="legend" vertex="1">
          <mxGeometry x="10" y="25" width="130" height="20" as="geometry" />
        </mxCell>
        <mxCell id="leg2" value="Physics-based" style="rounded=1;whiteSpace=wrap;html=1;fillColor=#b3d9ff;strokeColor=#6c8ebf;fontSize=10;" parent="legend" vertex="1">
          <mxGeometry x="150" y="25" width="130" height="20" as="geometry" />
        </mxCell>
        <mxCell id="leg3" value="Input / Output" style="rounded=1;whiteSpace=wrap;html=1;fillColor=#d5e8d4;strokeColor=#82b366;fontSize=10;" parent="legend" vertex="1">
          <mxGeometry x="10" y="50" width="130" height="20" as="geometry" />
        </mxCell>
        <mxCell id="leg4" value="Correction / Uncertainty" style="rounded=1;whiteSpace=wrap;html=1;fillColor=#fff2cc;strokeColor=#d6b656;fontSize=10;" parent="legend" vertex="1">
          <mxGeometry x="150" y="50" width="130" height="20" as="geometry" />
        </mxCell>
        <mxCell id="leg5" value="Routing" style="rounded=1;whiteSpace=wrap;html=1;fillColor=#ffe6cc;strokeColor=#d79b00;fontSize=10;" parent="legend" vertex="1">
          <mxGeometry x="10" y="75" width="130" height="20" as="geometry" />
        </mxCell>
        <mxCell id="leg6" value="Constraint / hybrid" style="rounded=1;whiteSpace=wrap;html=1;fillColor=#e1d5e7;strokeColor=#9673a6;fontSize=10;" parent="legend" vertex="1">
          <mxGeometry x="150" y="75" width="130" height="20" as="geometry" />
        </mxCell>
        <mxCell id="leg_note" value="&lt;font size=&quot;1&quot;&gt;All modules are differentiable (end-to-end backprop)&lt;br&gt;Params: scaled-tanh constraints → weight decay = implicit prior&lt;/font&gt;" style="text;html=1;align=center;fontSize=9;" parent="legend" vertex="1">
          <mxGeometry x="10" y="100" width="280" height="25" as="geometry" />
        </mxCell>
        <mxCell id="grp_params" value="Learned Parameters" style="swimlane;startSize=20;fillColor=#f8cecc;strokeColor=#b85450;rounded=1;fontSize=11;" parent="1" vertex="1">
          <mxGeometry x="380" y="-490" width="300" height="130" as="geometry" />
        </mxCell>
-         <mxCell id="params_list" value="&lt;font size=&quot;1&quot;&gt;&lt;b&gt;SpatialFieldNetwork MLP weights&lt;/b&gt; → 27 params/node&lt;br&gt;&lt;b&gt;log_K_musk&lt;/b&gt; (N,) — Muskingum travel time&lt;br&gt;&lt;b&gt;logit_x_musk&lt;/b&gt; (N,) — Muskingum weighting&lt;br&gt;&lt;b&gt;TemporalContextEncoder&lt;/b&gt; — GRU + projections&lt;br&gt;&lt;b&gt;StateResidualCorrector&lt;/b&gt; — GRU + gate logits&lt;br&gt;&lt;b&gt;TravelTimeAttention&lt;/b&gt; — Q/K/V projections&lt;br&gt;&lt;b&gt;CorrelatedStateNoise&lt;/b&gt; — ρ, σ per variable&lt;/font&gt;" style="text;html=1;align=left;verticalAlign=top;fontSize=10;" parent="grp_params" vertex="1">
+         <mxCell id="params_list" value="&lt;font size=&quot;1&quot;&gt;&lt;b&gt;SpatialFieldNetwork MLP weights&lt;/b&gt; → 36 params/node&lt;br&gt;(K_musk, x_musk maintenant inclus dans SpatialParams)&lt;br&gt;&lt;b&gt;ConcreteDropout&lt;/b&gt; — logit_p appris par layer (drop1, drop2)&lt;br&gt;&lt;b&gt;TemporalContextEncoder&lt;/b&gt; — GRU + projections + ConcreteDropout&lt;br&gt;&lt;b&gt;StateResidualCorrector&lt;/b&gt; — GRU + gate logits (désactivé)&lt;br&gt;&lt;b&gt;TravelTimeAttention&lt;/b&gt; — Q/K/V projections (désactivé)&lt;br&gt;&lt;b&gt;CorrelatedStateNoise&lt;/b&gt; — ρ, σ per variable&lt;/font&gt;" style="text;html=1;align=left;verticalAlign=top;fontSize=10;" parent="grp_params" vertex="1">
          <mxGeometry x="5" y="25" width="290" height="90" as="geometry" />
        </mxCell>
        <mxCell id="HCEVgp1oZP0yzxFW_nFa-8" style="edgeStyle=orthogonalEdgeStyle;rounded=1;orthogonalLoop=1;jettySize=auto;html=1;exitX=0.5;exitY=1;exitDx=0;exitDy=0;entryX=0.5;entryY=0;entryDx=0;entryDy=0;curved=0;fillColor=#e1d5e7;strokeColor=#9673a6;" parent="1" source="in_forcing" target="grp_tce" edge="1">
          <mxGeometry relative="1" as="geometry" />
        </mxCell>
        <mxCell id="HCEVgp1oZP0yzxFW_nFa-10" style="edgeStyle=orthogonalEdgeStyle;rounded=1;orthogonalLoop=1;jettySize=auto;html=1;exitX=0.5;exitY=1;exitDx=0;exitDy=0;entryX=0;entryY=0.5;entryDx=0;entryDy=0;curved=0;fillColor=#e1d5e7;strokeColor=#9673a6;" parent="1" source="in_coords" target="sp_fourier" edge="1">
          <mxGeometry relative="1" as="geometry" />
        </mxCell>
        <mxCell id="HCEVgp1oZP0yzxFW_nFa-11" style="edgeStyle=orthogonalEdgeStyle;rounded=1;orthogonalLoop=1;jettySize=auto;html=1;exitX=0.5;exitY=1;exitDx=0;exitDy=0;entryX=1;entryY=0.5;entryDx=0;entryDy=0;curved=0;" parent="1" source="in_terr" target="sp_concat" edge="1">
          <mxGeometry relative="1" as="geometry">
            <Array as="points">
              <mxPoint x="405" y="-70" />
              <mxPoint x="370" y="-70" />
              <mxPoint x="370" y="135" />
            </Array>
          </mxGeometry>
        </mxCell>
        <mxCell id="HCEVgp1oZP0yzxFW_nFa-12" style="edgeStyle=orthogonalEdgeStyle;rounded=1;orthogonalLoop=1;jettySize=auto;html=1;entryX=0.5;entryY=0;entryDx=0;entryDy=0;curved=0;exitX=0.5;exitY=1;exitDx=0;exitDy=0;" parent="1" source="in_state" target="grp_temporal" edge="1">
          <mxGeometry relative="1" as="geometry">
            <Array as="points">
              <mxPoint x="690" y="-90" />
              <mxPoint x="750" y="-90" />
              <mxPoint x="750" y="330" />
              <mxPoint x="485" y="330" />
            </Array>
            <mxPoint x="670" y="-110" as="sourcePoint" />
            <mxPoint x="485" y="520" as="targetPoint" />
          </mxGeometry>
        </mxCell>
        <mxCell id="HCEVgp1oZP0yzxFW_nFa-18" style="edgeStyle=orthogonalEdgeStyle;rounded=1;orthogonalLoop=1;jettySize=auto;html=1;exitX=0.5;exitY=1;exitDx=0;exitDy=0;entryX=0.75;entryY=0;entryDx=0;entryDy=0;curved=0;fillColor=#e1d5e7;strokeColor=#9673a6;" parent="1" source="in_doy" target="grp_tce" edge="1">
          <mxGeometry relative="1" as="geometry">
            <Array as="points">
              <mxPoint x="975" y="-60" />
              <mxPoint x="632" y="-60" />
            </Array>
          </mxGeometry>
        </mxCell>
        <mxCell id="HCEVgp1oZP0yzxFW_nFa-19" style="edgeStyle=orthogonalEdgeStyle;rounded=1;orthogonalLoop=1;jettySize=auto;html=1;exitX=0;exitY=0.5;exitDx=0;exitDy=0;entryX=0;entryY=0.25;entryDx=0;entryDy=0;curved=0;fillColor=#dae8fc;strokeColor=#6c8ebf;" parent="1" source="in_forcing" target="grp_vertical" edge="1">
          <mxGeometry relative="1" as="geometry">
            <Array as="points">
              <mxPoint y="-205" />
              <mxPoint y="765" />
            </Array>
          </mxGeometry>
        </mxCell>
        <mxCell id="HCEVgp1oZP0yzxFW_nFa-20" style="edgeStyle=orthogonalEdgeStyle;rounded=1;orthogonalLoop=1;jettySize=auto;html=1;exitX=0.25;exitY=0;exitDx=0;exitDy=0;entryX=0;entryY=0.5;entryDx=0;entryDy=0;curved=0;fillColor=#ffe6cc;strokeColor=#d79b00;" parent="1" source="in_graph" target="r_topo" edge="1">
          <mxGeometry relative="1" as="geometry">
            <mxPoint x="10" y="1290" as="targetPoint" />
            <Array as="points">
              <mxPoint x="513" y="-330" />
              <mxPoint x="-20" y="-330" />
              <mxPoint x="-20" y="1455" />
            </Array>
          </mxGeometry>
        </mxCell>
        <mxCell id="HCEVgp1oZP0yzxFW_nFa-22" style="edgeStyle=orthogonalEdgeStyle;rounded=1;orthogonalLoop=1;jettySize=auto;html=1;exitX=0.75;exitY=0;exitDx=0;exitDy=0;entryX=1;entryY=0.5;entryDx=0;entryDy=0;curved=0;fillColor=#ffe6cc;strokeColor=#d79b00;" parent="1" source="in_withdraw" target="r_withdraw" edge="1">
          <mxGeometry relative="1" as="geometry">
            <Array as="points">
              <mxPoint x="875" y="-330" />
              <mxPoint x="1220" y="-330" />
              <mxPoint x="1220" y="1510" />
            </Array>
          </mxGeometry>
        </mxCell>
        <mxCell id="HCEVgp1oZP0yzxFW_nFa-23" style="edgeStyle=orthogonalEdgeStyle;rounded=1;orthogonalLoop=1;jettySize=auto;html=1;exitX=1;exitY=0.5;exitDx=0;exitDy=0;entryX=1;entryY=0.5;entryDx=0;entryDy=0;curved=0;fillColor=#f8cecc;strokeColor=#b85450;" parent="1" source="in_qobs" target="grp_loss" edge="1">
          <mxGeometry relative="1" as="geometry">
            <Array as="points">
              <mxPoint x="1210" y="-205" />
              <mxPoint x="1210" y="1810" />
            </Array>
          </mxGeometry>
        </mxCell>
        <mxCell id="HCEVgp1oZP0yzxFW_nFa-24" style="edgeStyle=orthogonalEdgeStyle;rounded=1;orthogonalLoop=1;jettySize=auto;html=1;exitX=0.5;exitY=1;exitDx=0;exitDy=0;entryX=0.5;entryY=0;entryDx=0;entryDy=0;curved=0;fillColor=#dae8fc;strokeColor=#6c8ebf;" parent="1" source="grp_spatial" target="grp_vertical" edge="1">
          <mxGeometry relative="1" as="geometry">
            <Array as="points">
              <mxPoint x="200" y="520" />
              <mxPoint x="290" y="520" />
            </Array>
            <mxPoint x="220" y="650" as="sourcePoint" />
          </mxGeometry>
        </mxCell>
        <mxCell id="HCEVgp1oZP0yzxFW_nFa-25" style="edgeStyle=orthogonalEdgeStyle;rounded=1;orthogonalLoop=1;jettySize=auto;html=1;exitX=0.5;exitY=1;exitDx=0;exitDy=0;curved=0;fillColor=#d5e8d4;strokeColor=#82b366;" parent="1" source="grp_tce" target="enrich" edge="1">
          <mxGeometry relative="1" as="geometry" />
        </mxCell>
      </root>
    </mxGraphModel>
  </diagram>
</mxfile>
